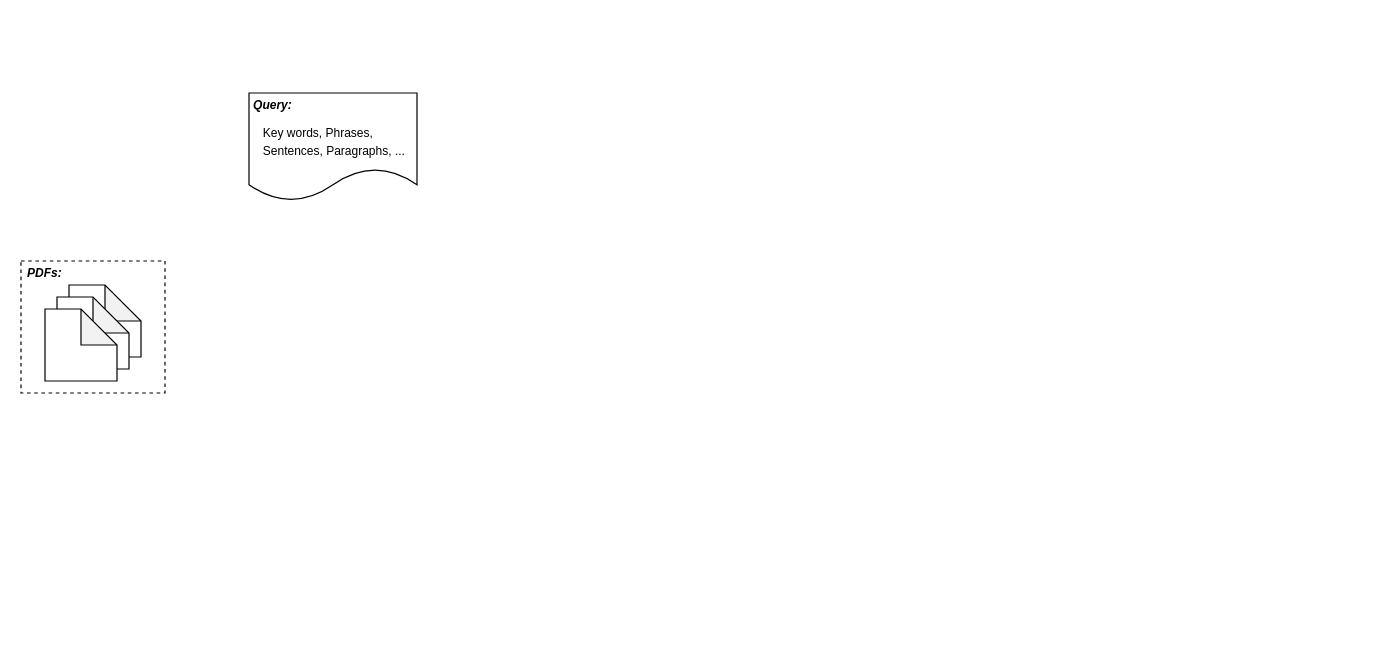
Above: docs/files/data-pipeline.drawio in AgenticFinLab/FinMycelium (draw.io), before the change. Source tidied: cells renumbered, new cells numbered last; positions are measured from the earlier drawing's top-left corner, leaving out a move shared by most shapes. Both pictures are drawn from the tidied source at 120%, with x=0, y=0 at pixel (20, 92).
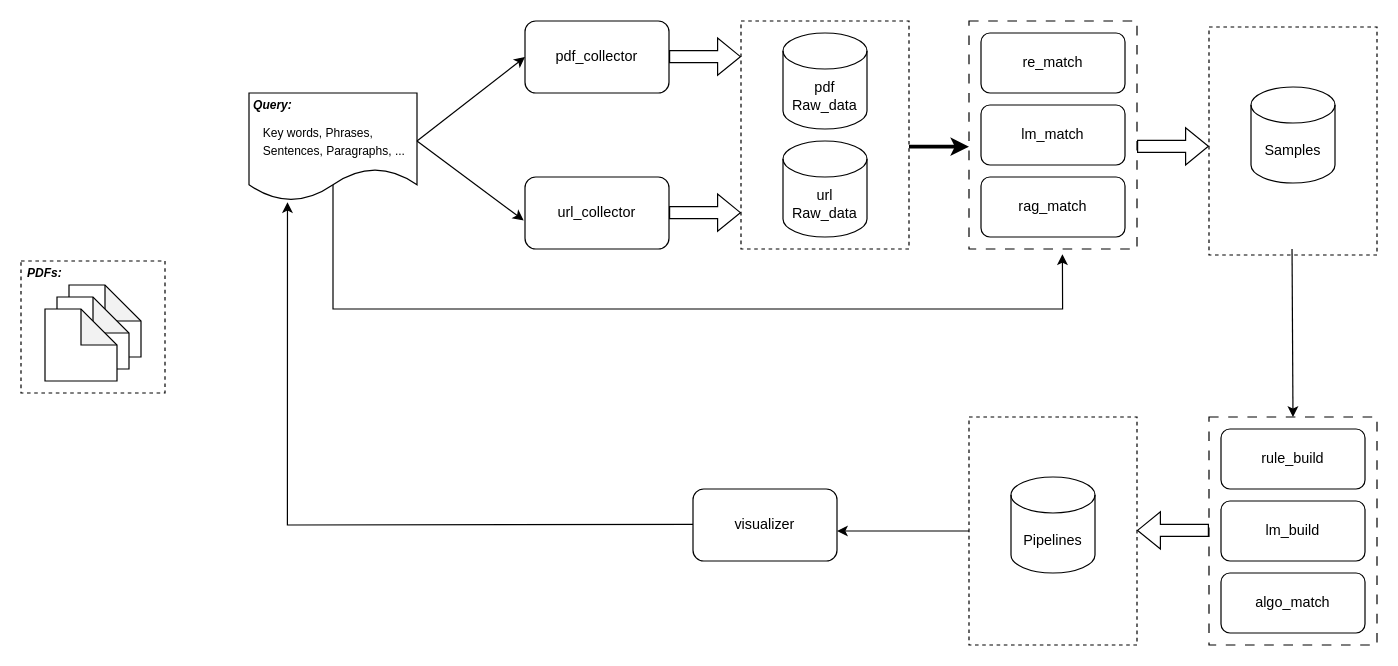
The same page after the edit.

The change refers to these unchanged cells:
```xml
<mxCell id="4" style="shape=document;whiteSpace=wrap;html=1;boundedLbl=1;" parent="1" vertex="1">
  <mxGeometry x="190" width="140" height="90" as="geometry" />
</mxCell>
```

What changed in the source:
```diff
@@
+    <mxCell id="10" style="endArrow=classic;html=1;rounded=0;" parent="1" edge="1">
+      <mxGeometry relative="1" as="geometry">
+        <mxPoint x="330" y="40" as="sourcePoint" />
+        <mxPoint x="420" y="-30" as="targetPoint" />
+      </mxGeometry>
+    </mxCell>
+    <mxCell id="11" value="pdf_collector" style="rounded=1;whiteSpace=wrap;html=1;" parent="1" vertex="1">
+      <mxGeometry x="420" y="-60" width="120" height="60" as="geometry" />
+    </mxCell>
+    <mxCell id="12" style="endArrow=classic;html=1;rounded=0;entryX=-0.009;entryY=0.603;entryDx=0;entryDy=0;entryPerimeter=0;" parent="1" edge="1" target="13">
+      <mxGeometry relative="1" as="geometry">
+        <mxPoint x="330" y="40" as="sourcePoint" />
+      </mxGeometry>
+    </mxCell>
+    <mxCell id="13" value="url_collector" style="rounded=1;whiteSpace=wrap;html=1;" parent="1" vertex="1">
+      <mxGeometry x="420" y="70" width="120" height="60" as="geometry" />
+    </mxCell>
+    <mxCell id="14" style="shape=flexArrow;endArrow=classic;html=1;rounded=0;" parent="1" edge="1">
+      <mxGeometry relative="1" as="geometry">
+        <mxPoint x="540" y="-30.3" as="sourcePoint" />
+        <mxPoint x="600" y="-30.3" as="targetPoint" />
+      </mxGeometry>
+    </mxCell>
+    <mxCell id="15" style="shape=flexArrow;endArrow=classic;html=1;rounded=0;" parent="1" edge="1">
+      <mxGeometry relative="1" as="geometry">
+        <mxPoint x="540" y="99.7" as="sourcePoint" />
+        <mxPoint x="600" y="99.7" as="targetPoint" />
+      </mxGeometry>
+    </mxCell>
+    <mxCell id="16" style="rounded=0;whiteSpace=wrap;html=1;dashed=1;" parent="1" vertex="1">
+      <mxGeometry x="600" y="-60" width="140" height="190" as="geometry" />
+    </mxCell>
+    <mxCell id="17" value="&lt;div&gt;pdf&lt;/div&gt;Raw_data" style="shape=cylinder3;whiteSpace=wrap;html=1;boundedLbl=1;backgroundOutline=1;size=15;" parent="1" vertex="1">
+      <mxGeometry x="635" y="-50" width="70" height="80" as="geometry" />
+    </mxCell>
+    <mxCell id="18" value="&lt;div&gt;url&lt;/div&gt;Raw_data" style="shape=cylinder3;whiteSpace=wrap;html=1;boundedLbl=1;backgroundOutline=1;size=15;" parent="1" vertex="1">
+      <mxGeometry x="635" y="40" width="70" height="80" as="geometry" />
+    </mxCell>
+    <mxCell id="19" style="endArrow=classic;html=1;rounded=0;exitX=1;exitY=0.5;exitDx=0;exitDy=0;strokeWidth=3;" parent="1" edge="1">
+      <mxGeometry relative="1" as="geometry">
+        <mxPoint x="740" y="44.7" as="sourcePoint" />
+        <mxPoint x="790" y="44.7" as="targetPoint" />
+      </mxGeometry>
+    </mxCell>
+    <mxCell id="20" style="rounded=0;whiteSpace=wrap;html=1;dashed=1;dashPattern=8 8;" parent="1" vertex="1">
+      <mxGeometry x="790" y="-60" width="140" height="190" as="geometry" />
+    </mxCell>
+    <mxCell id="21" value="re_match" style="rounded=1;whiteSpace=wrap;html=1;" parent="1" vertex="1">
+      <mxGeometry x="800" y="-50" width="120" height="50" as="geometry" />
+    </mxCell>
+    <mxCell id="22" value="lm_match" style="rounded=1;whiteSpace=wrap;html=1;" parent="1" vertex="1">
+      <mxGeometry x="800" y="10" width="120" height="50" as="geometry" />
+    </mxCell>
+    <mxCell id="23" value="rag_match" style="rounded=1;whiteSpace=wrap;html=1;" parent="1" vertex="1">
+      <mxGeometry x="800" y="70" width="120" height="50" as="geometry" />
+    </mxCell>
+    <mxCell id="24" style="rounded=0;whiteSpace=wrap;html=1;dashed=1;" parent="1" vertex="1">
+      <mxGeometry x="990" y="-55" width="140" height="190" as="geometry" />
+    </mxCell>
+    <mxCell id="25" value="&lt;div&gt;Samples&lt;/div&gt;" style="shape=cylinder3;whiteSpace=wrap;html=1;boundedLbl=1;backgroundOutline=1;size=15;" parent="1" vertex="1">
+      <mxGeometry x="1025" y="-5" width="70" height="80" as="geometry" />
+    </mxCell>
+    <mxCell id="26" style="shape=flexArrow;endArrow=classic;html=1;rounded=0;" parent="1" edge="1">
+      <mxGeometry relative="1" as="geometry">
+        <mxPoint x="930" y="44.4" as="sourcePoint" />
+        <mxPoint x="990" y="44.4" as="targetPoint" />
+      </mxGeometry>
+    </mxCell>
+    <mxCell id="27" style="endArrow=classic;html=1;rounded=0;exitX=0.5;exitY=0.852;exitDx=0;exitDy=0;exitPerimeter=0;entryX=0.556;entryY=1.023;entryDx=0;entryDy=0;entryPerimeter=0;" parent="1" edge="1" source="4" target="20">
+      <mxGeometry relative="1" as="geometry">
+        <Array as="points">
+          <mxPoint x="260" y="180" />
+          <mxPoint x="868" y="180" />
+        </Array>
+      </mxGeometry>
+    </mxCell>
+    <mxCell id="28" style="rounded=0;whiteSpace=wrap;html=1;dashed=1;dashPattern=8 8;" parent="1" vertex="1">
+      <mxGeometry x="990" y="270" width="140" height="190" as="geometry" />
+    </mxCell>
+    <mxCell id="29" value="rule_build" style="rounded=1;whiteSpace=wrap;html=1;" parent="1" vertex="1">
+      <mxGeometry x="1000" y="280" width="120" height="50" as="geometry" />
+    </mxCell>
+    <mxCell id="30" value="lm_build" style="rounded=1;whiteSpace=wrap;html=1;" parent="1" vertex="1">
+      <mxGeometry x="1000" y="340" width="120" height="50" as="geometry" />
+    </mxCell>
+    <mxCell id="31" value="algo_match" style="rounded=1;whiteSpace=wrap;html=1;" parent="1" vertex="1">
+      <mxGeometry x="1000" y="400" width="120" height="50" as="geometry" />
+    </mxCell>
+    <mxCell id="32" style="endArrow=classic;html=1;rounded=0;entryX=0.5;entryY=0;entryDx=0;entryDy=0;" parent="1" edge="1" target="28">
+      <mxGeometry relative="1" as="geometry">
+        <mxPoint x="1059.2" y="130" as="sourcePoint" />
+      </mxGeometry>
+    </mxCell>
+    <mxCell id="33" style="rounded=0;whiteSpace=wrap;html=1;dashed=1;" parent="1" vertex="1">
+      <mxGeometry x="790" y="270" width="140" height="190" as="geometry" />
+    </mxCell>
+    <mxCell id="34" value="Pipelines" style="shape=cylinder3;whiteSpace=wrap;html=1;boundedLbl=1;backgroundOutline=1;size=15;" parent="1" vertex="1">
+      <mxGeometry x="825" y="320" width="70" height="80" as="geometry" />
+    </mxCell>
+    <mxCell id="35" style="shape=flexArrow;endArrow=classic;html=1;rounded=0;" parent="1" edge="1">
+      <mxGeometry relative="1" as="geometry">
+        <mxPoint x="990" y="364.5" as="sourcePoint" />
+        <mxPoint x="930" y="364.5" as="targetPoint" />
+      </mxGeometry>
+    </mxCell>
+    <mxCell id="36" value="visualizer" style="rounded=1;whiteSpace=wrap;html=1;" parent="1" vertex="1">
+      <mxGeometry x="560" y="330" width="120" height="60" as="geometry" />
+    </mxCell>
+    <mxCell id="37" style="endArrow=classic;html=1;rounded=0;exitX=0;exitY=0.5;exitDx=0;exitDy=0;" parent="1" edge="1" source="33">
+      <mxGeometry relative="1" as="geometry">
+        <mxPoint x="680" y="365" as="targetPoint" />
+      </mxGeometry>
+    </mxCell>
+    <mxCell id="38" style="endArrow=classic;html=1;rounded=0;exitX=0;exitY=0.5;exitDx=0;exitDy=0;entryX=0.229;entryY=1.011;entryDx=0;entryDy=0;entryPerimeter=0;" parent="1" edge="1" target="4">
+      <mxGeometry relative="1" as="geometry">
+        <mxPoint x="560" y="359.5" as="sourcePoint" />
+        <Array as="points">
+          <mxPoint x="222" y="360" />
+        </Array>
+      </mxGeometry>
+    </mxCell>
```
